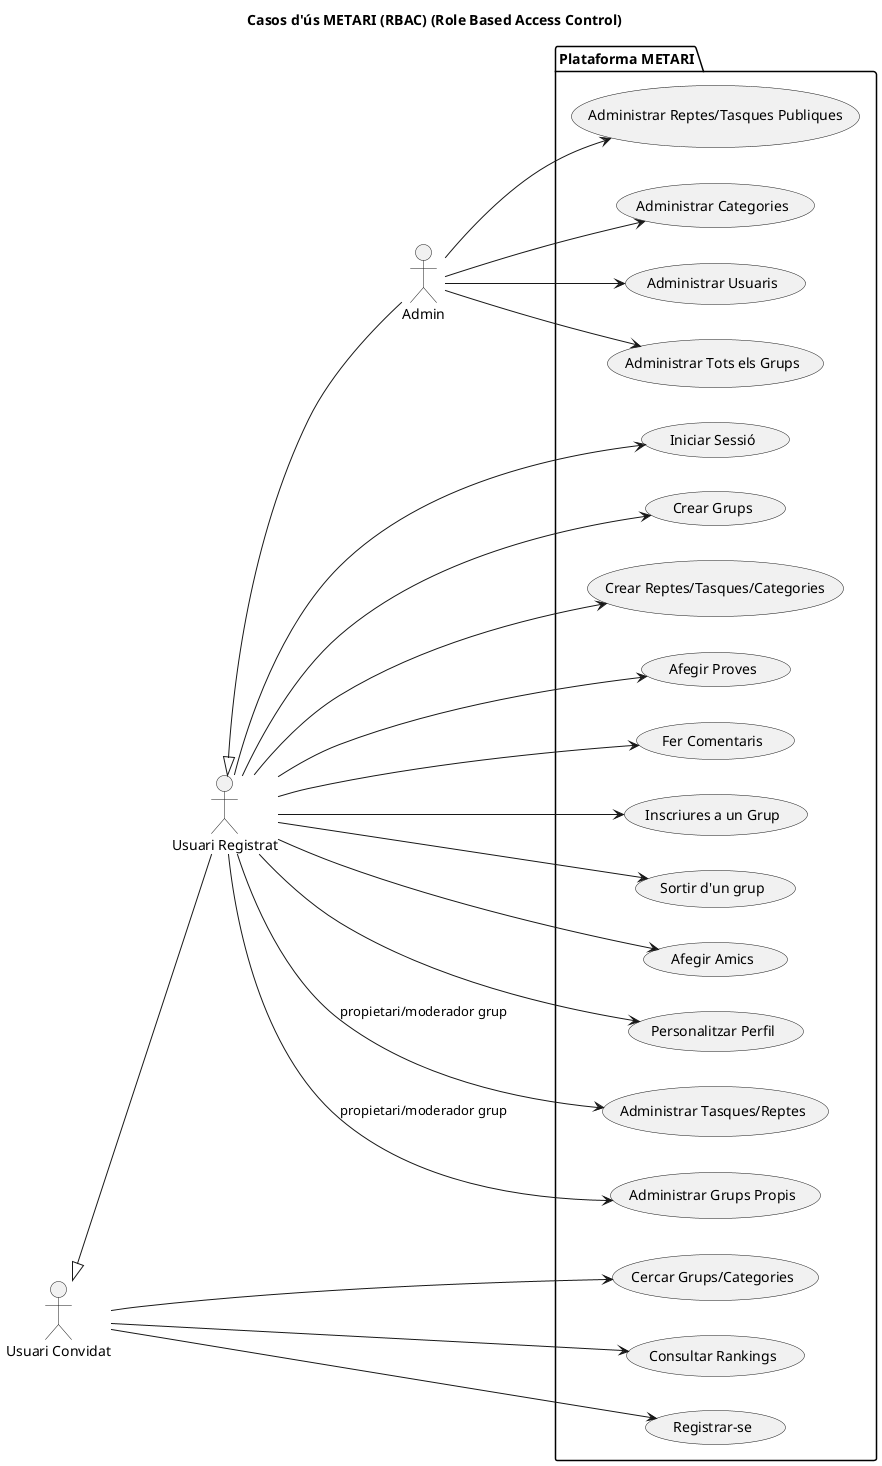
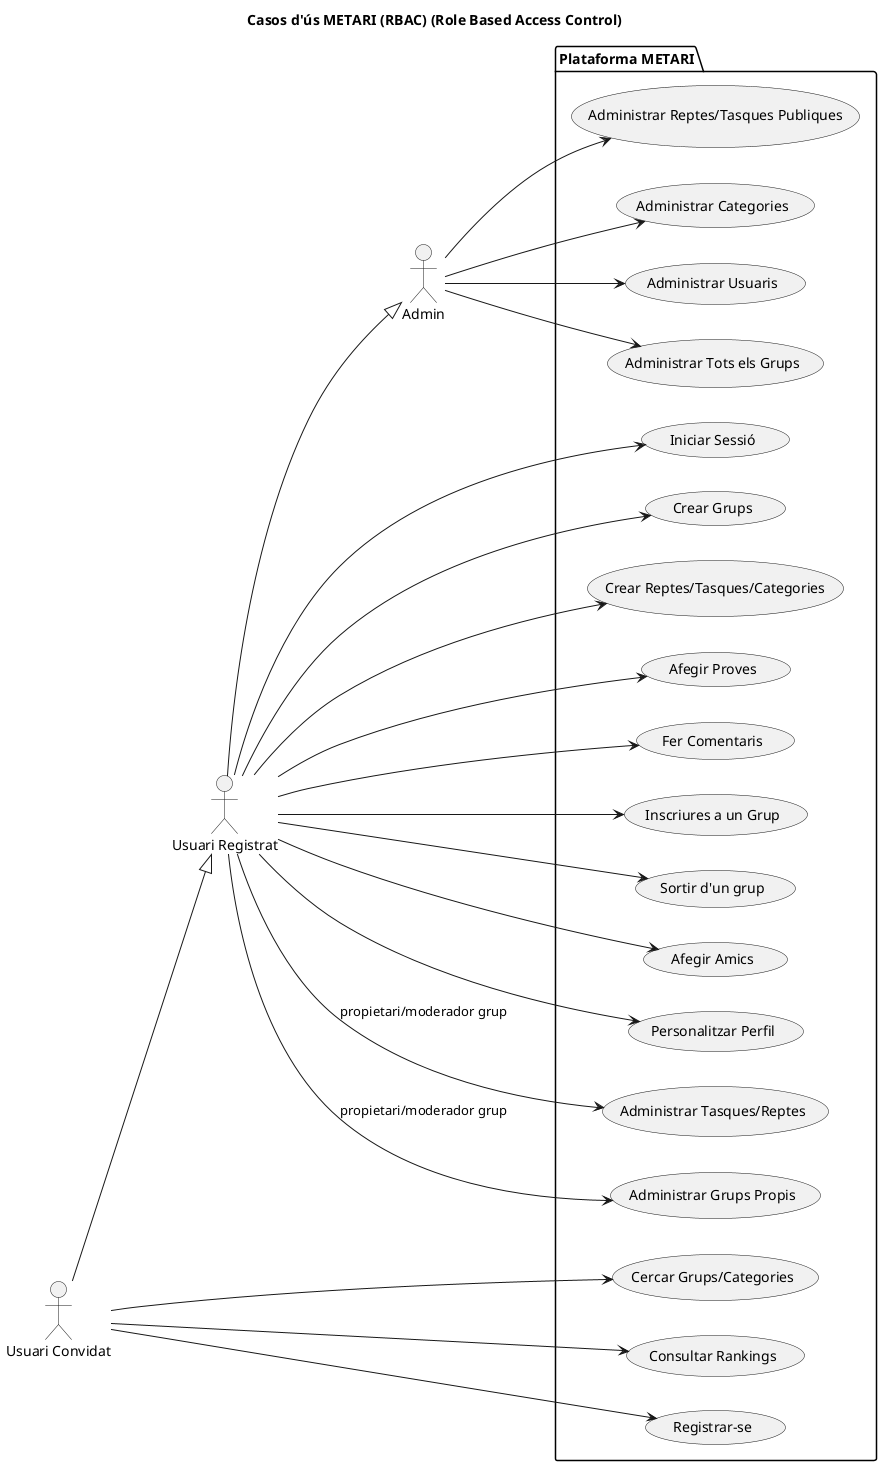
@startuml
title Casos d'ús METARI (RBAC) (Role Based Access Control)

left to right direction

actor "Usuari Convidat" as UC
actor "Usuari Registrat" as UR
actor "Admin" as Admin

' Herencia de rols: L'usuari registrat pot fer el mateix que el convidat i acumulant
- UC <|-- UR
- UR <|-- Admin
+ UC --|> UR
+ UR --|> Admin

package "Plataforma METARI" {

    ' Convidat
    usecase "Cercar Grups/Categories" as UC1
    usecase "Consultar Rankings" as UC2
    usecase "Registrar-se" as UC3

    ' Usuari registrat
    usecase "Iniciar Sessió" as UR1
    usecase "Crear Grups" as UR2
    usecase "Crear Reptes/Tasques/Categories" as UR3
    usecase "Afegir Proves" as UR4
    usecase "Fer Comentaris" as UR5
    usecase "Inscriures a un Grup" as UR6
    usecase "Sortir d'un grup" as UR7
    usecase "Afegir Amics" as UR8
    usecase "Personalitzar Perfil" as UR9

    ' Propietari/Moderador de grup
    usecase "Administrar Tasques/Reptes" as URP1
    usecase "Administrar Grups Propis" as URP2

    ' Admin
    usecase "Administrar Reptes/Tasques Publiques" as A1
    usecase "Administrar Categories" as A2
    usecase "Administrar Usuaris" as A3
    usecase "Administrar Tots els Grups" as A4
}

' Casos d'ús Convidat
UC --> UC1
UC --> UC2
UC --> UC3

' Casos d'ús Registrat
UR --> UR1
UR --> UR2
UR --> UR3
UR --> UR4
UR --> UR5
UR --> UR6
UR --> UR7
UR --> UR8
UR --> UR9

' Registrat (Propietari/Admin Grup)
UR --> URP1 : "propietari/moderador grup"
UR --> URP2 : "propietari/moderador grup"

' Admin
Admin --> A1
Admin --> A2
Admin --> A3
Admin --> A4

@enduml